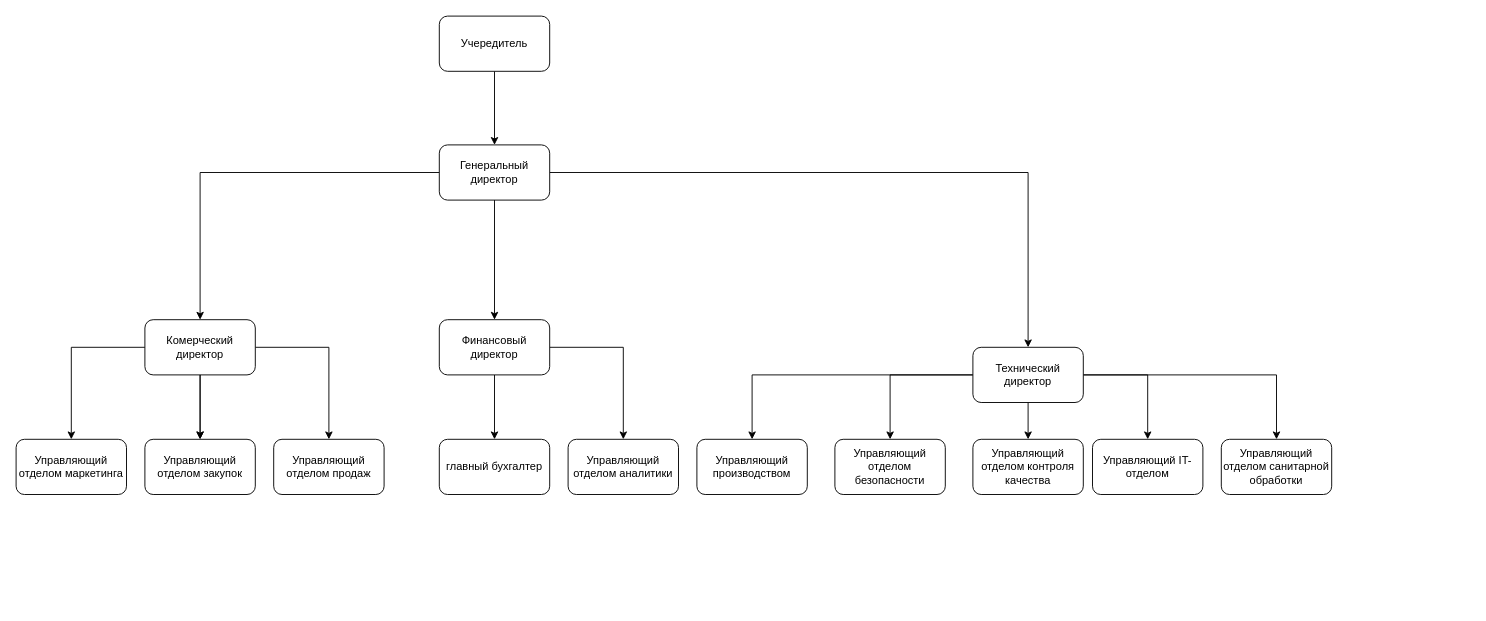
Above: Org_GrenHouse.drawio in katescode/greenhouse (draw.io), before the change. Source tidied: cells renumbered, new cells numbered last; positions are measured from the earlier drawing's top-left corner, leaving out a move shared by most shapes. Both pictures are drawn from the tidied source at 92%, with x=0, y=0 at pixel (16, 16).
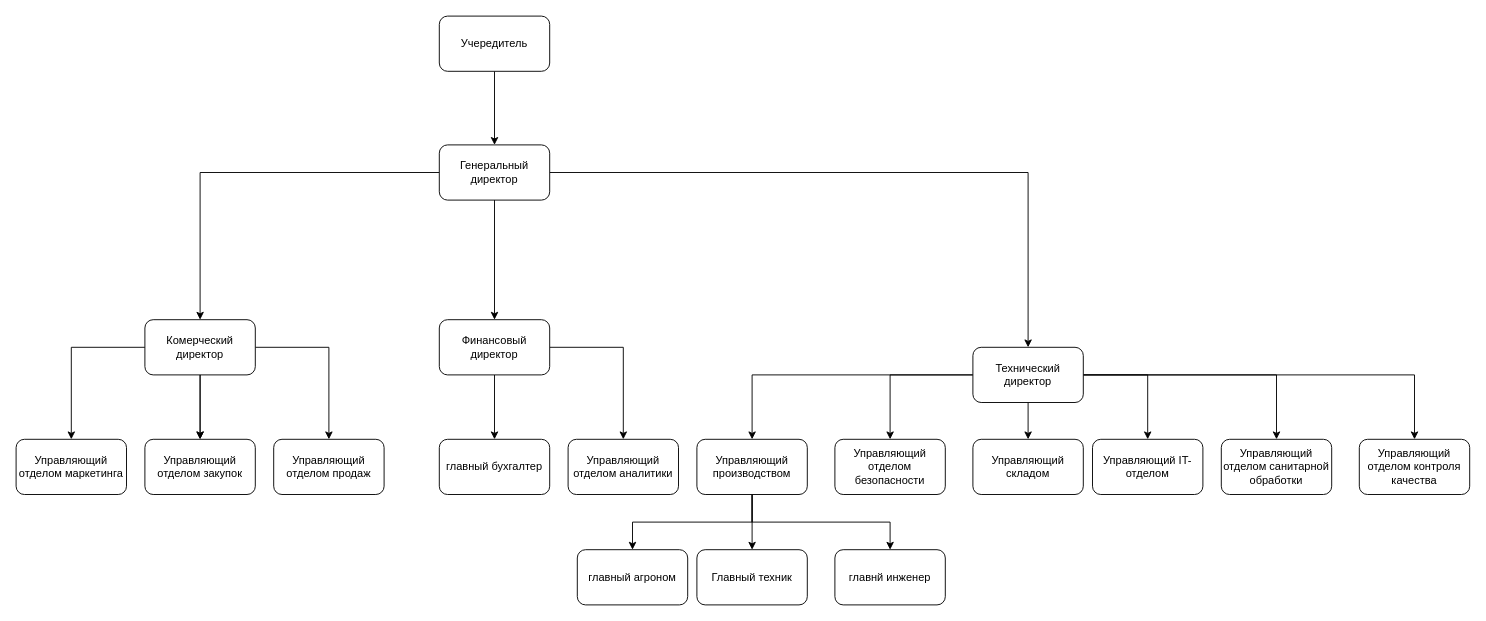
The same diagram, later.

The change refers to these unchanged cells:
```xml
<mxCell id="13" value="Технический директор" style="rounded=1;whiteSpace=wrap;html=1;" parent="1" vertex="1">
  <mxGeometry x="1040" y="360" width="120" height="60" as="geometry" />
</mxCell>
<mxCell id="18" value="Управляющий производством" style="rounded=1;whiteSpace=wrap;html=1;" parent="1" vertex="1">
  <mxGeometry x="740" y="460" width="120" height="60" as="geometry" />
</mxCell>
```

Change to the diagram source:
```diff
@@
+    <mxCell id="32" style="edgeStyle=orthogonalEdgeStyle;rounded=0;jettySize=auto;html=1;" parent="1" edge="1" source="13" target="33">
+      <mxGeometry relative="1" as="geometry" />
+    </mxCell>
@@
+    <mxCell id="33" value="Управляющий складом" style="rounded=1;whiteSpace=wrap;html=1;" parent="1" vertex="1">
+      <mxGeometry x="1040" y="460" width="120" height="60" as="geometry" />
+    </mxCell>
@@
     <mxCell id="16" value="Управляющий отделом контроля качества" style="rounded=1;whiteSpace=wrap;html=1;" parent="1" vertex="1">
-      <mxGeometry x="1040" y="460" width="120" height="60" as="geometry" />
+      <mxGeometry x="1460" y="460" width="120" height="60" as="geometry" />
     </mxCell>
@@
+    <mxCell id="34" style="edgeStyle=orthogonalEdgeStyle;rounded=0;jettySize=auto;html=1;" parent="1" edge="1" source="18" target="39">
+      <mxGeometry relative="1" as="geometry">
+        <Array as="points">
+          <mxPoint x="800" y="550" />
+          <mxPoint x="670" y="550" />
+        </Array>
+      </mxGeometry>
+    </mxCell>
+    <mxCell id="35" style="edgeStyle=orthogonalEdgeStyle;rounded=0;jettySize=auto;html=1;" parent="1" edge="1" source="18" target="38">
+      <mxGeometry relative="1" as="geometry">
+        <Array as="points">
+          <mxPoint x="800" y="550" />
+          <mxPoint x="950" y="550" />
+        </Array>
+      </mxGeometry>
+    </mxCell>
+    <mxCell id="36" style="edgeStyle=orthogonalEdgeStyle;rounded=0;jettySize=auto;html=1;" parent="1" edge="1" source="18" target="37">
+      <mxGeometry relative="1" as="geometry" />
+    </mxCell>
@@
+    <mxCell id="37" value="Главный техник" style="rounded=1;whiteSpace=wrap;html=1;" parent="1" vertex="1">
+      <mxGeometry x="740" y="580" width="120" height="60" as="geometry" />
+    </mxCell>
+    <mxCell id="38" value="главнй инженер&lt;br&gt;" style="rounded=1;whiteSpace=wrap;html=1;" parent="1" vertex="1">
+      <mxGeometry x="890" y="580" width="120" height="60" as="geometry" />
+    </mxCell>
+    <mxCell id="39" value="главный агроном" style="rounded=1;whiteSpace=wrap;html=1;" parent="1" vertex="1">
+      <mxGeometry x="610" y="580" width="120" height="60" as="geometry" />
+    </mxCell>
```
